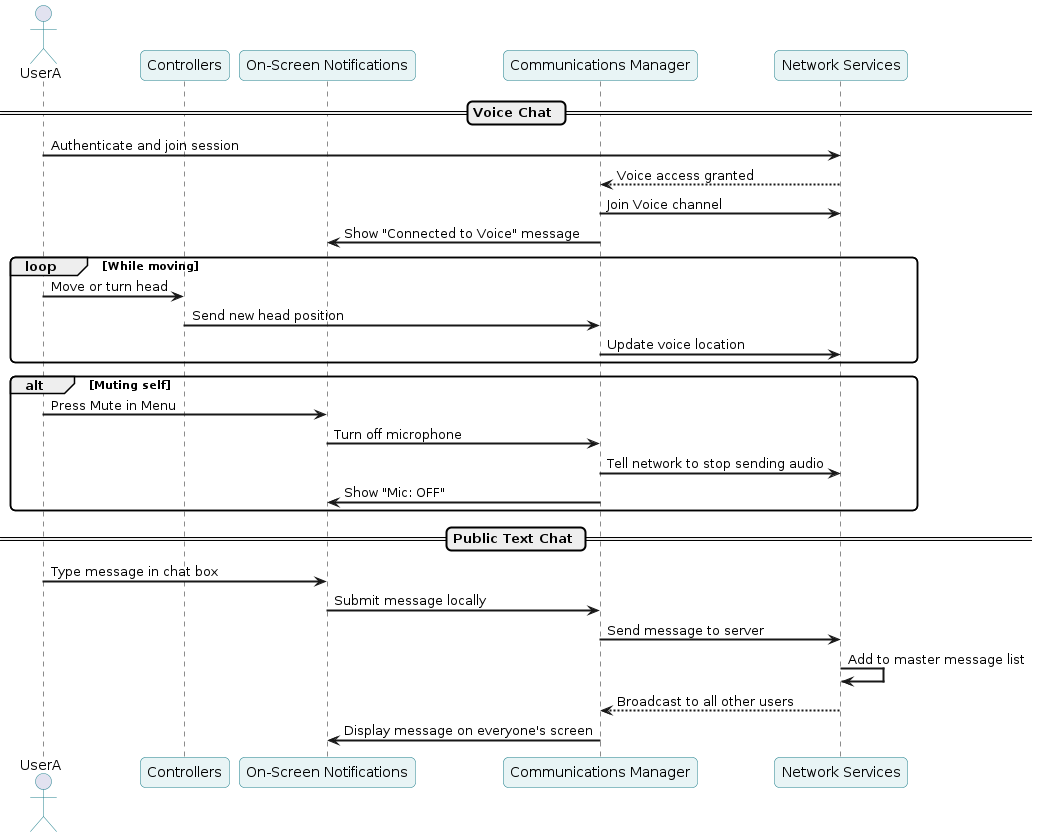
This is uml/sequence diagrams/use_cases/Communicate/workflow.png from World-Domination-Plan/Project_X, a PlantUML export, as it was before one commit.
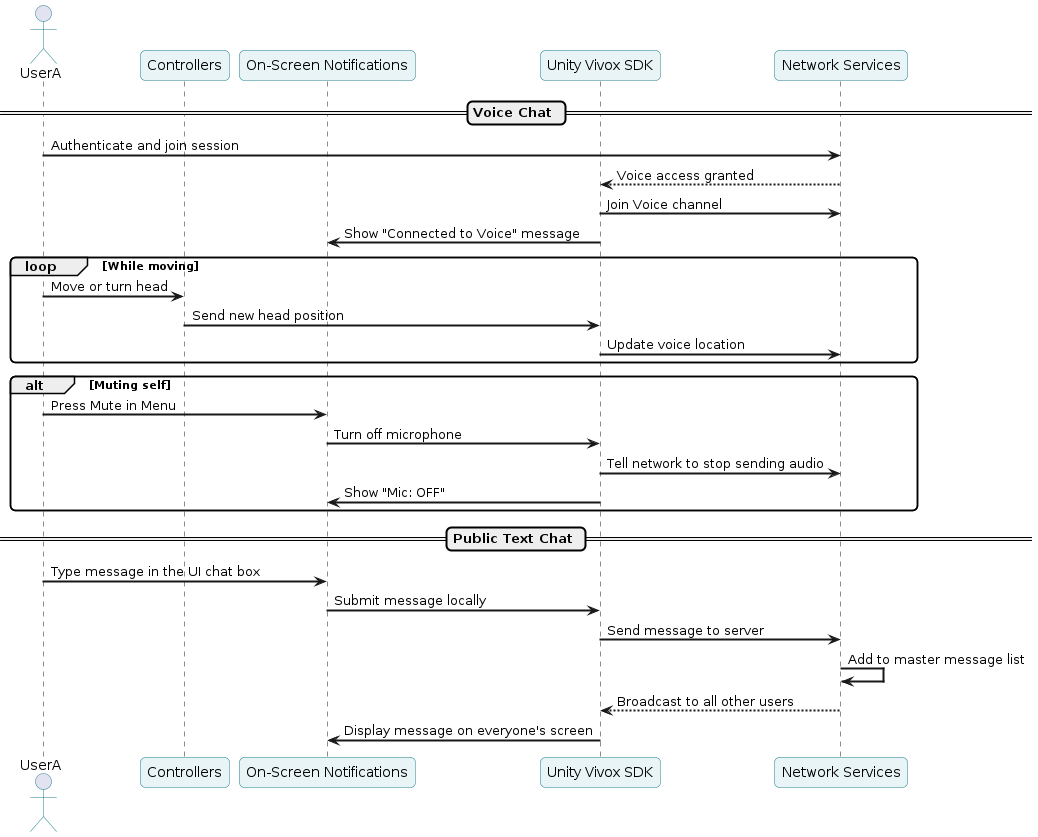
After the commit.

Commit message:
updated communicate uml and png

The edit, as a diff of the source:
```diff
@@ -11,7 +11,7 @@
 
 participant "Controllers" as Input
 participant "On-Screen Notifications" as HUD
-participant "Communications Manager" as CCM
+participant "Unity Vivox SDK" as CCM
 participant "Network Services" as NM
 
 
@@ -38,7 +38,7 @@
 
 == Public Text Chat ==
 
-UserA -> HUD : Type message in chat box
+UserA -> HUD : Type message in the UI chat box
 HUD -> CCM : Submit message locally
 CCM -> NM : Send message to server
 NM -> NM : Add to master message list
```
